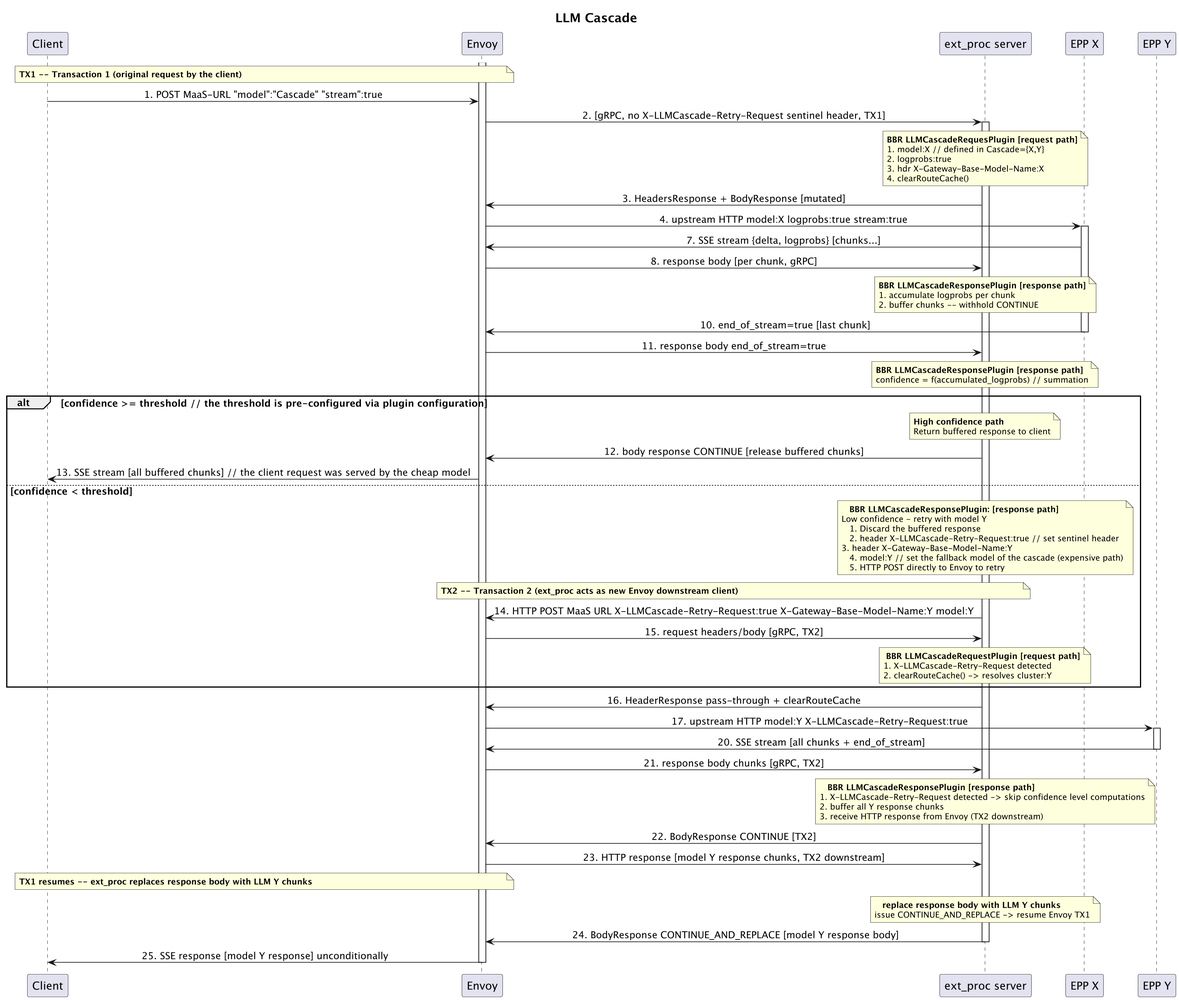
davidbreitgand/diagrams keeps this PlantUML diagram as LLMCascade.png. Above is the earlier version.
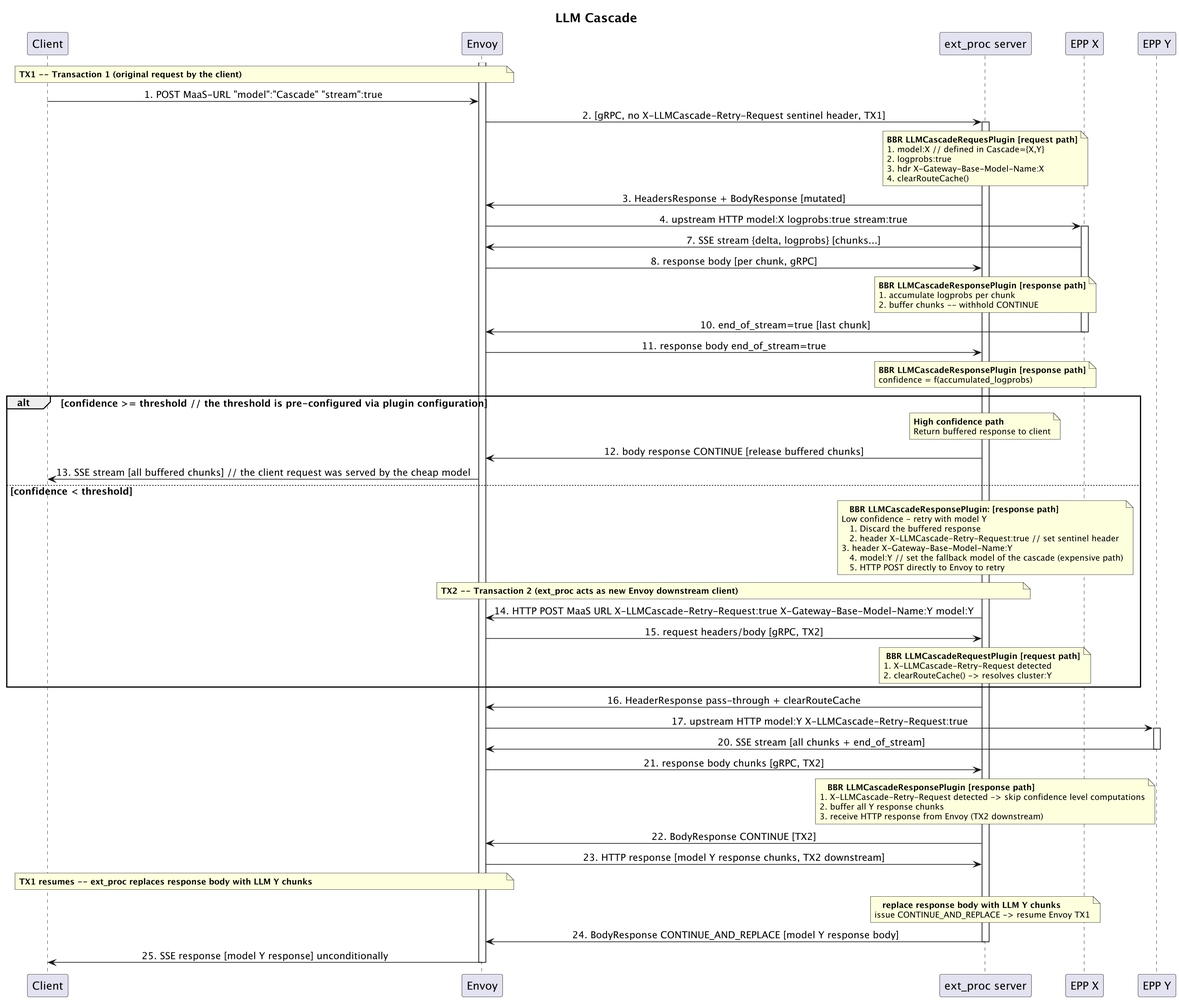
After the commit.

Change to the diagram source:
```diff
@@ -51,7 +51,7 @@
 envoy -> ext_proc: 11. response body end_of_stream=true
 note over ext_proc
   **BBR LLMCascadeResponsePlugin [response path]**
-  confidence = f(accumulated_logprobs) // summation
+  confidence = f(accumulated_logprobs)
 end note
 
 alt confidence >= threshold // the threshold is pre-configured via plugin configuration
```
